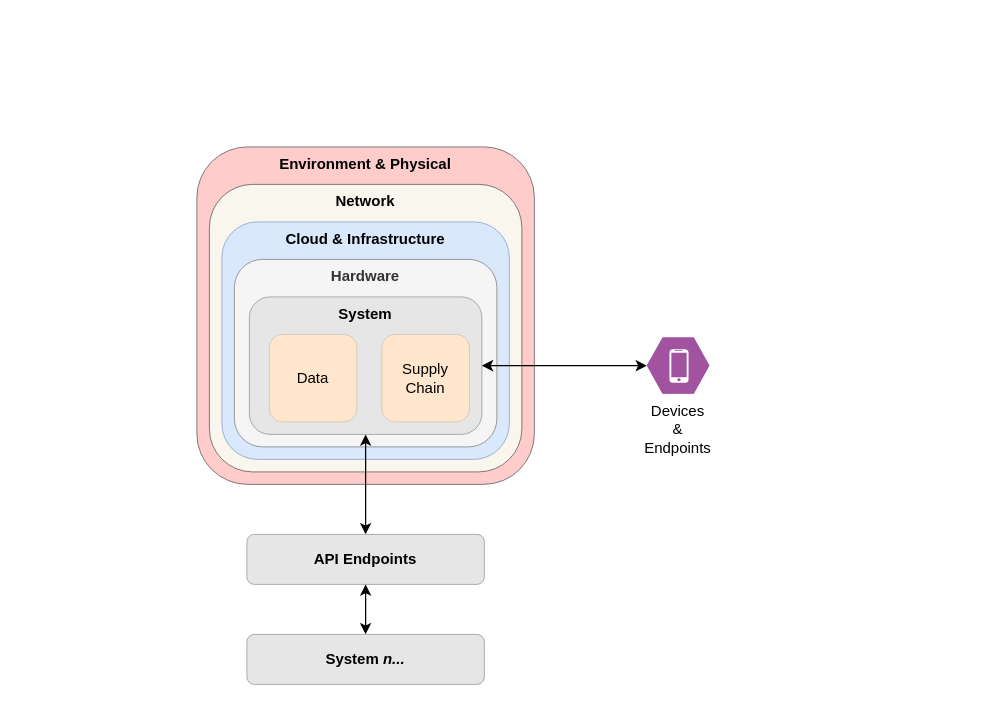
Earlier version of the draw.io diagram Arch_Tech_Sec_Domains.drawio (micjustus/ArchitectureDiagrams). Source tidied: cells renumbered, new cells numbered last; positions are measured from the earlier drawing's top-left corner, leaving out a move shared by most shapes. Both pictures are drawn from the tidied source at 125%, with x=0, y=0 at pixel (196, 146).
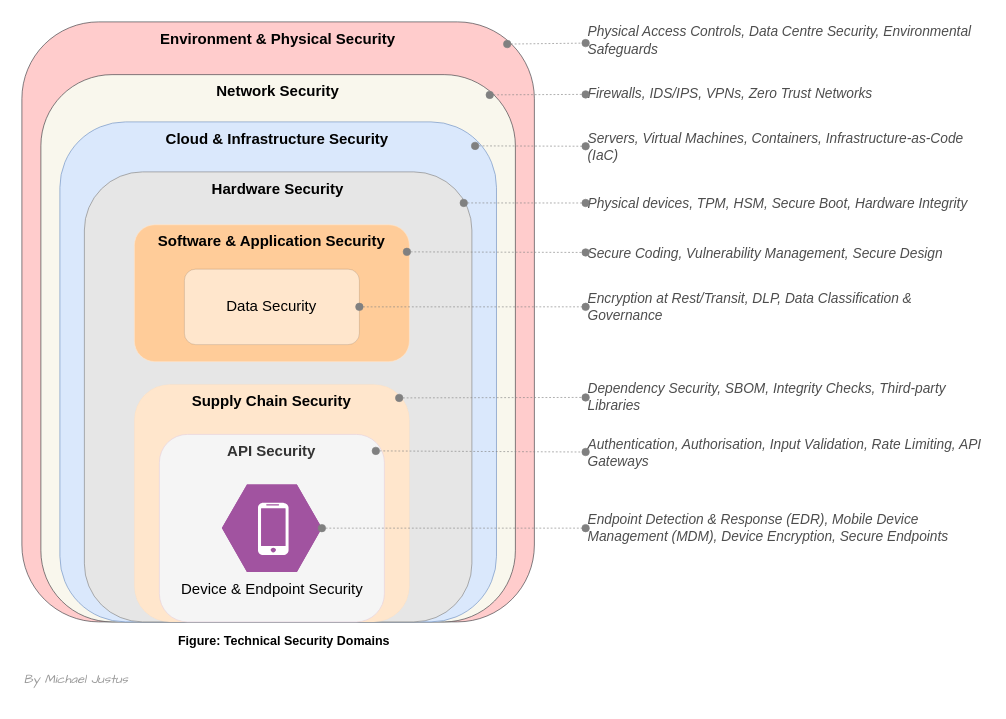
The same diagram, later.

Diff of the diagram source:
```diff
@@
-    <mxCell id="2" value="Environment &amp;amp; Physical" style="rounded=1;whiteSpace=wrap;html=1;fillColor=#ffcccc;strokeColor=#36393d;strokeWidth=0.5;verticalAlign=top;fontStyle=1;arcSize=15;" parent="1" vertex="1">
-      <mxGeometry width="270" height="270" as="geometry" />
+    <mxCell id="2" value="Environment &amp;amp; Physical Security" style="rounded=1;whiteSpace=wrap;html=1;fillColor=#ffcccc;strokeColor=#36393d;strokeWidth=0.5;verticalAlign=top;fontStyle=1;arcSize=15;" parent="1" vertex="1">
+      <mxGeometry x="-140" y="-100" width="410" height="480" as="geometry" />
     </mxCell>
-    <mxCell id="3" value="Network" style="rounded=1;whiteSpace=wrap;html=1;fillColor=#f9f7ed;strokeColor=#36393d;strokeWidth=0.5;verticalAlign=top;fontStyle=1;arcSize=15;" parent="1" vertex="1">
-      <mxGeometry x="10" y="30" width="250" height="230" as="geometry" />
+    <mxCell id="3" value="Network Security" style="rounded=1;whiteSpace=wrap;html=1;fillColor=#f9f7ed;strokeColor=#36393d;strokeWidth=0.5;verticalAlign=top;fontStyle=1;arcSize=15;" parent="1" vertex="1">
+      <mxGeometry x="-124.8" y="-57.8" width="379.6" height="437.8" as="geometry" />
     </mxCell>
-    <mxCell id="4" value="Cloud &amp;amp; Infrastructure" style="rounded=1;whiteSpace=wrap;html=1;fillColor=#dae8fc;strokeColor=#6c8ebf;strokeWidth=0.5;verticalAlign=top;fontStyle=1;arcSize=15;" parent="1" vertex="1">
-      <mxGeometry x="20" y="60" width="230" height="190" as="geometry" />
+    <mxCell id="4" value="Cloud &amp;amp; Infrastructure Security" style="rounded=1;whiteSpace=wrap;html=1;fillColor=#dae8fc;strokeColor=#6c8ebf;strokeWidth=0.5;verticalAlign=top;fontStyle=1;arcSize=15;" parent="1" vertex="1">
+      <mxGeometry x="-109.6" y="-20" width="349.3" height="400" as="geometry" />
     </mxCell>
-    <mxCell id="5" value="Hardware" style="rounded=1;whiteSpace=wrap;html=1;fillColor=#f5f5f5;strokeColor=#666666;strokeWidth=0.5;verticalAlign=top;fontStyle=1;arcSize=15;fontColor=#333333;" parent="1" vertex="1">
-      <mxGeometry x="30" y="90" width="210" height="150" as="geometry" />
-    </mxCell>
-    <mxCell id="6" style="group;" parent="1" vertex="1">
-      <mxGeometry x="42" y="120" width="186" height="110" as="geometry" />
-    </mxCell>
-    <mxCell id="7" value="System" style="rounded=1;whiteSpace=wrap;html=1;fillColor=#E6E6E6;strokeColor=#808080;strokeWidth=0.5;verticalAlign=top;fontStyle=1;" parent="6" vertex="1">
-      <mxGeometry width="186" height="110" as="geometry" />
+    <mxCell id="7" value="Hardware Security" style="rounded=1;whiteSpace=wrap;html=1;fillColor=#E6E6E6;strokeColor=#808080;strokeWidth=0.5;verticalAlign=top;fontStyle=1;" parent="1" vertex="1">
+      <mxGeometry x="-90" y="20" width="310" height="360" as="geometry" />
     </mxCell>
+    <mxCell id="16" value="Software &amp;amp; Application Security" style="rounded=1;whiteSpace=wrap;html=1;fillColor=#ffcc99;strokeColor=#FFE6CC;strokeWidth=0.5;verticalAlign=top;fontStyle=1;" parent="1" vertex="1">
+      <mxGeometry x="-50" y="62.3" width="220" height="109.5" as="geometry" />
+    </mxCell>
-    <mxCell id="8" value="Data" style="rounded=1;whiteSpace=wrap;html=1;fillColor=#ffe6cc;strokeColor=default;strokeWidth=0.1;align=center;verticalAlign=middle;fontFamily=Helvetica;fontSize=12;fontColor=default;" parent="6" vertex="1">
-      <mxGeometry x="16" y="30" width="70" height="70" as="geometry" />
+    <mxCell id="8" value="Data Security" style="rounded=1;whiteSpace=wrap;html=1;fillColor=#ffe6cc;strokeColor=default;strokeWidth=0.1;align=center;verticalAlign=middle;fontFamily=Helvetica;fontSize=12;fontColor=default;" parent="1" vertex="1">
+      <mxGeometry x="-10" y="97.8" width="140" height="60.4" as="geometry" />
     </mxCell>
-    <mxCell id="9" value="Supply Chain" style="rounded=1;whiteSpace=wrap;html=1;fillColor=#ffe6cc;strokeColor=default;strokeWidth=0.1;" parent="6" vertex="1">
-      <mxGeometry x="106" y="30" width="70" height="70" as="geometry" />
+    <mxCell id="9" value="Supply Chain Security" style="rounded=1;whiteSpace=wrap;html=1;fillColor=#ffe6cc;strokeColor=#FFCE9F;strokeWidth=0.1;verticalAlign=top;fontStyle=1;" parent="1" vertex="1">
+      <mxGeometry x="-50" y="190" width="220" height="190" as="geometry" />
     </mxCell>
-    <mxCell id="10" value="API Endpoints" style="rounded=1;whiteSpace=wrap;html=1;fillColor=#E6E6E6;strokeColor=#808080;strokeWidth=0.5;verticalAlign=middle;fontStyle=1;arcSize=15;" parent="1" vertex="1">
-      <mxGeometry x="40" y="310" width="190" height="40" as="geometry" />
-    </mxCell>
-    <mxCell id="11" value="System &lt;i&gt;n...&lt;/i&gt;" style="rounded=1;whiteSpace=wrap;html=1;fillColor=#E6E6E6;strokeColor=#808080;strokeWidth=0.5;verticalAlign=middle;fontStyle=1;arcSize=15;" parent="1" vertex="1">
-      <mxGeometry x="40" y="390" width="190" height="40" as="geometry" />
-    </mxCell>
-    <mxCell id="12" style="endArrow=classic;startArrow=classic;html=1;rounded=1;edgeStyle=orthogonalEdgeStyle;curved=0;" parent="1" edge="1" source="11" target="10">
-      <mxGeometry relative="1" as="geometry" />
-    </mxCell>
-    <mxCell id="13" style="endArrow=classic;startArrow=classic;html=1;rounded=1;edgeStyle=orthogonalEdgeStyle;curved=0;" parent="1" edge="1" source="10" target="7">
-      <mxGeometry relative="1" as="geometry" />
-    </mxCell>
+    <mxCell id="5" value="API Security" style="rounded=1;whiteSpace=wrap;html=1;fillColor=#f5f5f5;strokeColor=#E6D0DE;strokeWidth=0.5;verticalAlign=top;fontStyle=1;arcSize=15;fontColor=#333333;" parent="1" vertex="1">
+      <mxGeometry x="-30" y="230" width="180" height="150" as="geometry" />
+    </mxCell>
+    <mxCell id="17" value=" Secure Coding, Vulnerability Management, Secure Design" style="text;whiteSpace=wrap;html=1;fontStyle=2;verticalAlign=middle;fontSize=11;fontColor=#4D4D4D;" parent="1" vertex="1">
+      <mxGeometry x="311" y="70" width="319" height="30" as="geometry" />
+    </mxCell>
-    <mxCell id="14" value="Devices &amp;amp; Endpoints" style="verticalLabelPosition=bottom;sketch=0;html=1;fillColor=#A153A0;strokeColor=#ffffff;verticalAlign=top;align=center;points=[[0,0.5,0],[0.125,0.25,0],[0.25,0,0],[0.5,0,0],[0.75,0,0],[0.875,0.25,0],[1,0.5,0],[0.875,0.75,0],[0.75,1,0],[0.5,1,0],[0.125,0.75,0]];shape=mxgraph.cisco_safe.compositeIcon;bgIcon=mxgraph.cisco_safe.design.blank_device;resIcon=mxgraph.cisco_safe.design.mobile_device;whiteSpace=wrap;" parent="1" vertex="1">
-      <mxGeometry x="360" y="152.5" width="50" height="45" as="geometry" />
+    <mxCell id="14" value="Device &amp;amp; Endpoint Security" style="verticalLabelPosition=bottom;sketch=0;html=1;fillColor=#A153A0;strokeColor=#ffffff;verticalAlign=top;align=center;points=[[0,0.5,0],[0.125,0.25,0],[0.25,0,0],[0.5,0,0],[0.75,0,0],[0.875,0.25,0],[1,0.5,0],[0.875,0.75,0],[0.75,1,0],[0.5,1,0],[0.125,0.75,0]];shape=mxgraph.cisco_safe.compositeIcon;bgIcon=mxgraph.cisco_safe.design.blank_device;resIcon=mxgraph.cisco_safe.design.mobile_device;" parent="1" vertex="1">
+      <mxGeometry x="20" y="270" width="80" height="70" as="geometry" />
     </mxCell>
-    <mxCell id="15" style="endArrow=classic;startArrow=classic;html=1;rounded=1;edgeStyle=orthogonalEdgeStyle;curved=0;" parent="1" edge="1" source="14" target="7">
-      <mxGeometry relative="1" as="geometry">
-        <Array as="points">
-          <mxPoint x="325" y="175" />
-        </Array>
-      </mxGeometry>
-    </mxCell>
+    <mxCell id="18" value="Physical Access Controls, Data Centre Security, Environmental Safeguards" style="text;whiteSpace=wrap;html=1;verticalAlign=middle;fontStyle=2;fontSize=11;fontColor=#4D4D4D;" parent="1" vertex="1">
+      <mxGeometry x="311" y="-100" width="319" height="30" as="geometry" />
+    </mxCell>
+    <mxCell id="19" style="endArrow=oval;startArrow=oval;html=1;rounded=0;exitX=0.947;exitY=0.037;exitDx=0;exitDy=0;exitPerimeter=0;startFill=1;endFill=1;dashed=1;strokeColor=#808080;strokeWidth=0.5;" parent="1" edge="1" source="2" target="18">
+      <mxGeometry relative="1" as="geometry" />
+    </mxCell>
+    <mxCell id="20" value="Servers, Virtual Machines, Containers, Infrastructure-as-Code (IaC)" style="text;whiteSpace=wrap;html=1;verticalAlign=middle;fontStyle=2;fontSize=11;fontColor=#4D4D4D;" parent="1" vertex="1">
+      <mxGeometry x="311" y="-15" width="319" height="30" as="geometry" />
+    </mxCell>
+    <mxCell id="21" style="endArrow=oval;startArrow=oval;html=1;rounded=0;startFill=1;endFill=1;dashed=1;strokeColor=#808080;strokeWidth=0.5;exitX=0.951;exitY=0.048;exitDx=0;exitDy=0;exitPerimeter=0;" parent="1" edge="1" source="4" target="20">
+      <mxGeometry relative="1" as="geometry" />
+    </mxCell>
+    <mxCell id="22" value="Firewalls, IDS/IPS, VPNs, Zero Trust Networks" style="text;whiteSpace=wrap;html=1;verticalAlign=middle;fontStyle=2;fontSize=11;fontColor=#4D4D4D;" parent="1" vertex="1">
+      <mxGeometry x="311" y="-57.8" width="319" height="30" as="geometry" />
+    </mxCell>
+    <mxCell id="23" style="endArrow=oval;startArrow=oval;html=1;rounded=0;startFill=1;endFill=1;dashed=1;strokeColor=#808080;strokeWidth=0.5;exitX=0.946;exitY=0.037;exitDx=0;exitDy=0;exitPerimeter=0;" parent="1" edge="1" source="3" target="22">
+      <mxGeometry relative="1" as="geometry" />
+    </mxCell>
+    <mxCell id="24" value="Physical devices, TPM, HSM, Secure Boot, Hardware Integrity" style="text;whiteSpace=wrap;html=1;verticalAlign=middle;fontStyle=2;fontSize=11;fontColor=#4D4D4D;" parent="1" vertex="1">
+      <mxGeometry x="311" y="30" width="319" height="30" as="geometry" />
+    </mxCell>
+    <mxCell id="25" style="endArrow=oval;startArrow=oval;html=1;rounded=0;startFill=1;endFill=1;dashed=1;strokeColor=#808080;strokeWidth=0.5;exitX=0.979;exitY=0.069;exitDx=0;exitDy=0;exitPerimeter=0;" parent="1" edge="1" source="7" target="24">
+      <mxGeometry relative="1" as="geometry" />
+    </mxCell>
+    <mxCell id="26" value="Dependency Security, SBOM, Integrity Checks, Third-party Libraries" style="text;whiteSpace=wrap;html=1;verticalAlign=middle;fontStyle=2;fontSize=11;fontColor=#4D4D4D;" parent="1" vertex="1">
+      <mxGeometry x="311" y="185" width="319" height="30" as="geometry" />
+    </mxCell>
+    <mxCell id="27" style="endArrow=oval;startArrow=oval;html=1;rounded=0;exitX=0.963;exitY=0.057;exitDx=0;exitDy=0;exitPerimeter=0;startFill=1;endFill=1;dashed=1;strokeColor=#808080;strokeWidth=0.5;" parent="1" edge="1" source="9" target="26">
+      <mxGeometry relative="1" as="geometry" />
+    </mxCell>
+    <mxCell id="28" style="endArrow=oval;startArrow=oval;html=1;rounded=0;startFill=1;endFill=1;dashed=1;strokeColor=#808080;strokeWidth=0.5;exitX=0.991;exitY=0.198;exitDx=0;exitDy=0;exitPerimeter=0;" parent="1" edge="1" source="16" target="17">
+      <mxGeometry relative="1" as="geometry" />
+    </mxCell>
+    <mxCell id="29" value="Encryption at Rest/Transit, DLP, Data Classification &amp;amp; Governance" style="text;whiteSpace=wrap;html=1;verticalAlign=middle;fontStyle=2;fontSize=11;fontColor=#4D4D4D;" parent="1" vertex="1">
+      <mxGeometry x="311" y="112" width="319" height="31.9" as="geometry" />
+    </mxCell>
+    <mxCell id="30" style="endArrow=oval;startArrow=oval;html=1;rounded=0;startFill=1;endFill=1;dashed=1;strokeColor=#808080;strokeWidth=0.5;" parent="1" edge="1" source="8" target="29">
+      <mxGeometry relative="1" as="geometry" />
+    </mxCell>
+    <mxCell id="31" value=" Authentication, Authorisation, Input Validation, Rate Limiting, API Gateways" style="text;whiteSpace=wrap;html=1;verticalAlign=middle;fontSize=11;fontStyle=2;fontColor=#4D4D4D;" parent="1" vertex="1">
+      <mxGeometry x="311" y="230" width="319" height="30" as="geometry" />
+    </mxCell>
+    <mxCell id="32" style="endArrow=oval;startArrow=oval;html=1;rounded=0;exitX=0.962;exitY=0.088;exitDx=0;exitDy=0;exitPerimeter=0;startFill=1;endFill=1;dashed=1;strokeColor=#808080;strokeWidth=0.5;" parent="1" edge="1" source="5" target="31">
+      <mxGeometry relative="1" as="geometry" />
+    </mxCell>
+    <mxCell id="33" value="Endpoint Detection &amp;amp; Response (EDR), Mobile Device Management (MDM), Device Encryption, Secure Endpoints" style="text;whiteSpace=wrap;html=1;verticalAlign=middle;fontStyle=2;fontSize=11;fontColor=#4D4D4D;" parent="1" vertex="1">
+      <mxGeometry x="311" y="292.5" width="319" height="25" as="geometry" />
+    </mxCell>
+    <mxCell id="34" style="endArrow=oval;startArrow=oval;html=1;rounded=0;startFill=1;endFill=1;dashed=1;strokeColor=#808080;strokeWidth=0.5;" parent="1" edge="1" source="14" target="33">
+      <mxGeometry relative="1" as="geometry" />
+    </mxCell>
+    <mxCell id="35" value="&lt;i&gt;By Michael Justus&lt;/i&gt;" style="text;html=1;align=left;verticalAlign=middle;whiteSpace=wrap;rounded=0;fontFamily=Comic Sans MS;fontColor=#999999;fontSize=10;" parent="1" vertex="1">
+      <mxGeometry x="-140" y="410" width="200" height="30" as="geometry" />
+    </mxCell>
+    <mxCell id="36" value="&lt;b&gt;Figure: Technical Security Domains&lt;/b&gt;" style="text;html=1;align=center;verticalAlign=middle;whiteSpace=wrap;rounded=0;fontSize=10;" parent="1" vertex="1">
+      <mxGeometry x="-140" y="380" width="420" height="30" as="geometry" />
+    </mxCell>
```
